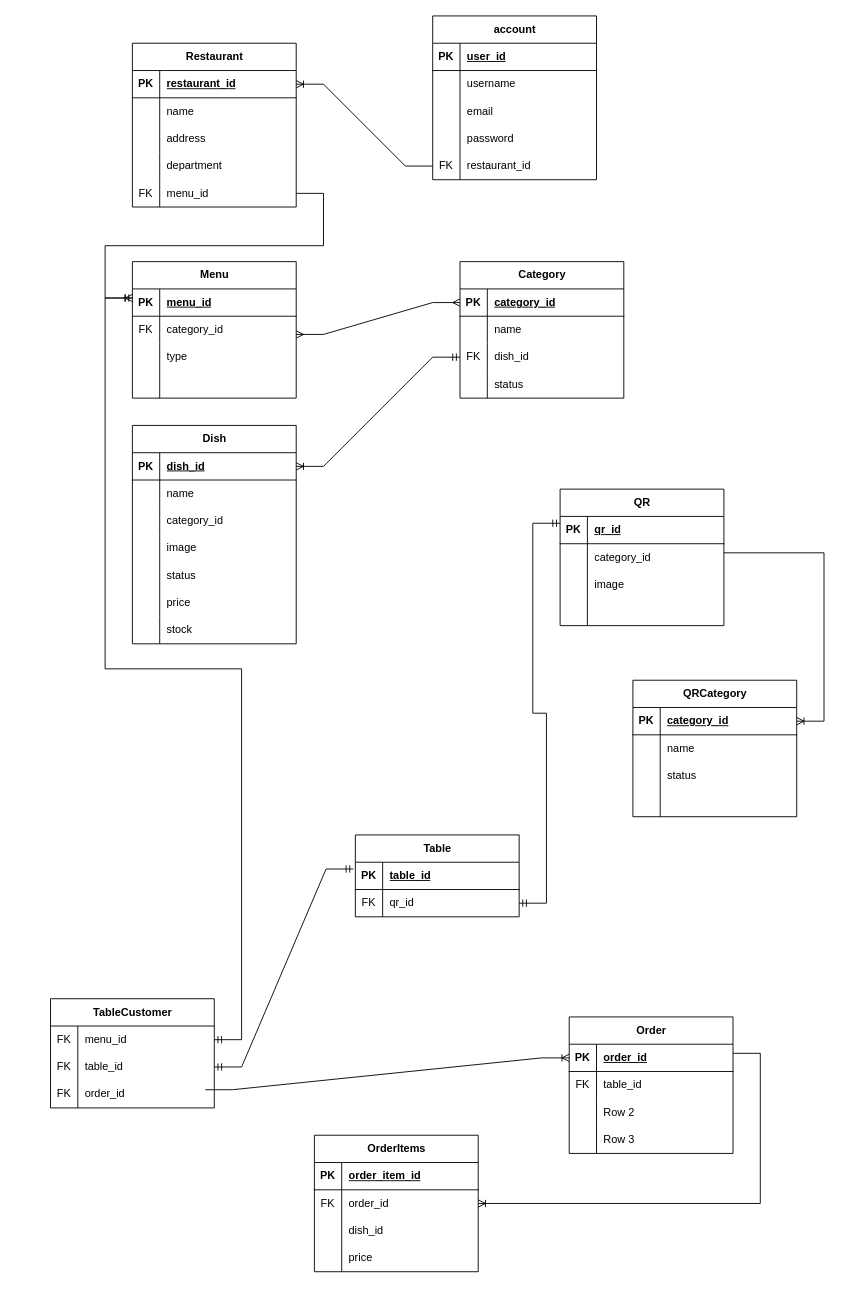
This is Untitled Diagram.drawio from trminhphu79/auth-example-angular, a draw.io file, before an edit. Source tidied: cells renumbered, new cells numbered last; positions are measured from the earlier drawing's top-left corner, leaving out a move shared by most shapes. Both pictures are drawn from the tidied source at 91%, with x=0, y=0 at pixel (50, 15).
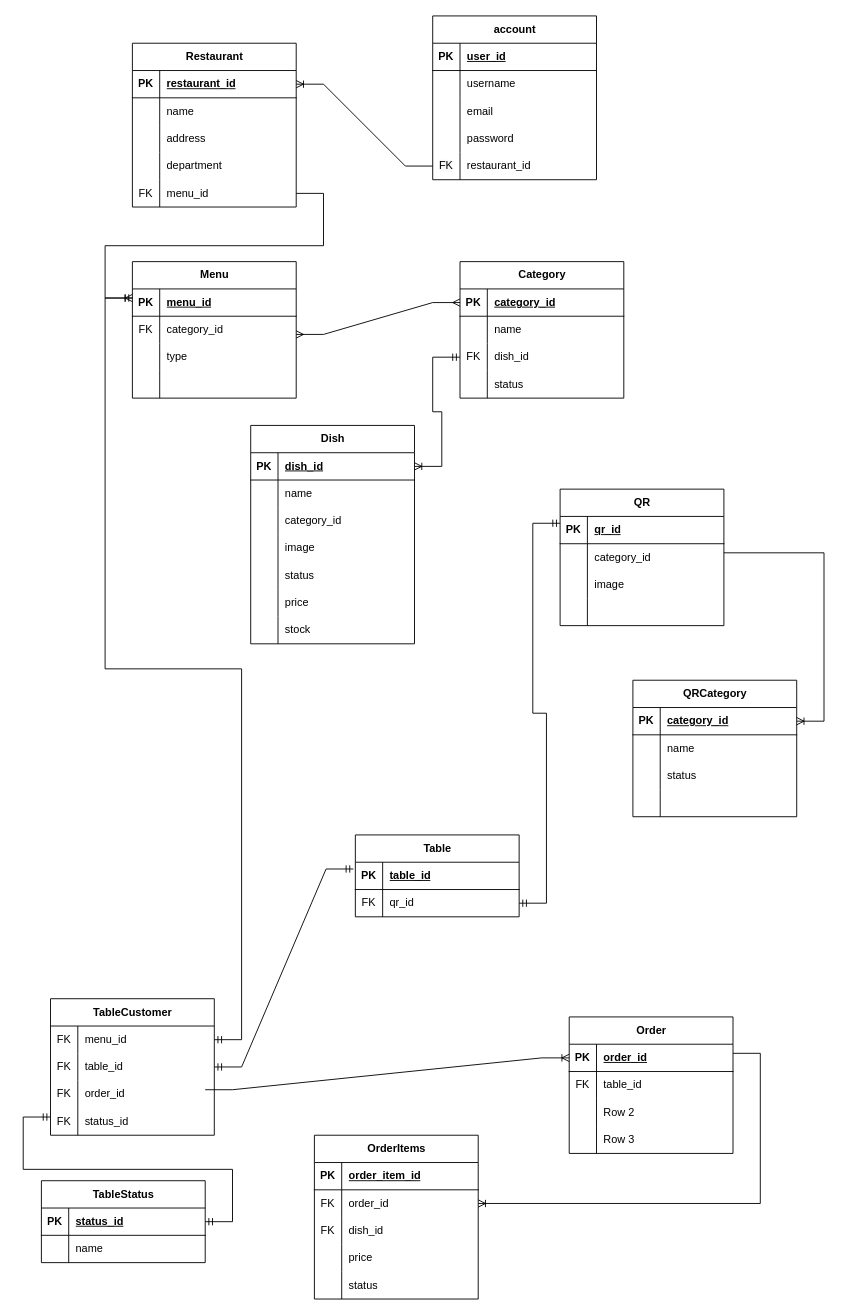
The same diagram, later.

Commit message:
Entity Relationship Diagram.drawio

Unchanged cells that the change refers to:
```xml
<mxCell id="153" style="shape=tableRow;horizontal=0;startSize=0;swimlaneHead=0;swimlaneBody=0;fillColor=none;top=0;left=0;right=0;bottom=0;" parent="146" vertex="1">
  <mxGeometry y="90" width="180" height="30" as="geometry" />
</mxCell>
```

Diff of the diagram source:
```diff
@@
     <mxCell id="61" value="Dish" style="shape=table;startSize=30;childLayout=tableLayout;rowLines=0;fontStyle=1;align=center;html=1;" parent="1" vertex="1">
-      <mxGeometry x="90" y="450" width="180" height="240" as="geometry" />
+      <mxGeometry x="220" y="450" width="180" height="240" as="geometry" />
     </mxCell>
@@
     <mxCell id="119" value="TableCustomer" style="shape=table;startSize=30;childLayout=tableLayout;rowLines=0;fontStyle=1;align=center;html=1;" parent="1" vertex="1">
-      <mxGeometry y="1080" width="180" height="120" as="geometry" />
+      <mxGeometry y="1080" width="180" height="150" as="geometry" />
     </mxCell>
@@
+    <mxCell id="161" style="shape=tableRow;horizontal=0;startSize=0;swimlaneHead=0;swimlaneBody=0;fillColor=none;top=0;left=0;right=0;bottom=0;" parent="119" vertex="1">
+      <mxGeometry y="120" width="180" height="30" as="geometry" />
+    </mxCell>
+    <mxCell id="162" value="FK" style="shape=partialRectangle;fillColor=none;top=0;left=0;bottom=0;right=0;overflow=hidden;whiteSpace=wrap;html=1;" parent="161" vertex="1">
+      <mxGeometry width="30" height="30" as="geometry" />
+    </mxCell>
+    <mxCell id="163" value="status_id" style="shape=partialRectangle;fillColor=none;top=0;left=0;bottom=0;right=0;align=left;spacingLeft=6;overflow=hidden;whiteSpace=wrap;html=1;" parent="161" vertex="1">
+      <mxGeometry x="30" width="150" height="30" as="geometry" />
+    </mxCell>
@@
     <mxCell id="146" value="OrderItems" style="shape=table;startSize=30;childLayout=tableLayout;rowLines=0;fontStyle=1;align=center;html=1;" parent="1" vertex="1">
-      <mxGeometry x="290" y="1230" width="180" height="150" as="geometry" />
+      <mxGeometry x="290" y="1230" width="180" height="180" as="geometry" />
     </mxCell>
@@
-    <mxCell id="154" style="shape=partialRectangle;fillColor=none;top=0;left=0;bottom=0;right=0;overflow=hidden;whiteSpace=wrap;html=1;" parent="153" vertex="1">
+    <mxCell id="154" value="FK" style="shape=partialRectangle;fillColor=none;top=0;left=0;bottom=0;right=0;overflow=hidden;whiteSpace=wrap;html=1;" parent="153" vertex="1">
       <mxGeometry width="30" height="30" as="geometry" />
     </mxCell>
@@
+    <mxCell id="164" style="shape=tableRow;horizontal=0;startSize=0;swimlaneHead=0;swimlaneBody=0;fillColor=none;top=0;left=0;right=0;bottom=0;" parent="146" vertex="1">
+      <mxGeometry y="150" width="180" height="30" as="geometry" />
+    </mxCell>
+    <mxCell id="165" style="shape=partialRectangle;fillColor=none;top=0;left=0;bottom=0;right=0;overflow=hidden;whiteSpace=wrap;html=1;" parent="164" vertex="1">
+      <mxGeometry width="30" height="30" as="geometry" />
+    </mxCell>
+    <mxCell id="166" value="status" style="shape=partialRectangle;fillColor=none;top=0;left=0;bottom=0;right=0;align=left;spacingLeft=6;overflow=hidden;whiteSpace=wrap;html=1;" parent="164" vertex="1">
+      <mxGeometry x="30" width="150" height="30" as="geometry" />
+    </mxCell>
@@
+    <mxCell id="167" value="TableStatus" style="shape=table;startSize=30;childLayout=tableLayout;rowLines=0;fontStyle=1;align=center;html=1;" parent="1" vertex="1">
+      <mxGeometry x="-10" y="1280" width="180" height="90" as="geometry" />
+    </mxCell>
+    <mxCell id="168" style="shape=tableRow;horizontal=0;startSize=0;swimlaneHead=0;swimlaneBody=0;fillColor=none;points=[[0,0.5],[1,0.5]];portConstraint=eastwest;top=0;left=0;right=0;bottom=1;" parent="167" vertex="1">
+      <mxGeometry y="30" width="180" height="30" as="geometry" />
+    </mxCell>
+    <mxCell id="169" value="PK" style="shape=partialRectangle;fillColor=none;top=0;left=0;bottom=0;right=0;fontStyle=1;overflow=hidden;whiteSpace=wrap;html=1;" parent="168" vertex="1">
+      <mxGeometry width="30" height="30" as="geometry" />
+    </mxCell>
+    <mxCell id="170" value="status_id" style="shape=partialRectangle;fillColor=none;top=0;left=0;bottom=0;right=0;align=left;spacingLeft=6;fontStyle=5;overflow=hidden;whiteSpace=wrap;html=1;" parent="168" vertex="1">
+      <mxGeometry x="30" width="150" height="30" as="geometry" />
+    </mxCell>
+    <mxCell id="171" style="shape=tableRow;horizontal=0;startSize=0;swimlaneHead=0;swimlaneBody=0;fillColor=none;top=0;left=0;right=0;bottom=0;" parent="167" vertex="1">
+      <mxGeometry y="60" width="180" height="30" as="geometry" />
+    </mxCell>
+    <mxCell id="172" style="shape=partialRectangle;fillColor=none;top=0;left=0;bottom=0;right=0;overflow=hidden;whiteSpace=wrap;html=1;" parent="171" vertex="1">
+      <mxGeometry width="30" height="30" as="geometry" />
+    </mxCell>
+    <mxCell id="173" value="name" style="shape=partialRectangle;fillColor=none;top=0;left=0;bottom=0;right=0;align=left;spacingLeft=6;overflow=hidden;whiteSpace=wrap;html=1;" parent="171" vertex="1">
+      <mxGeometry x="30" width="150" height="30" as="geometry" />
+    </mxCell>
+    <mxCell id="174" style="edgeStyle=entityRelationEdgeStyle;fontSize=12;html=1;endArrow=ERmandOne;startArrow=ERmandOne;rounded=0;" parent="1" edge="1" source="168">
+      <mxGeometry relative="1" as="geometry">
+        <mxPoint y="1210" as="targetPoint" />
+      </mxGeometry>
+    </mxCell>
```
